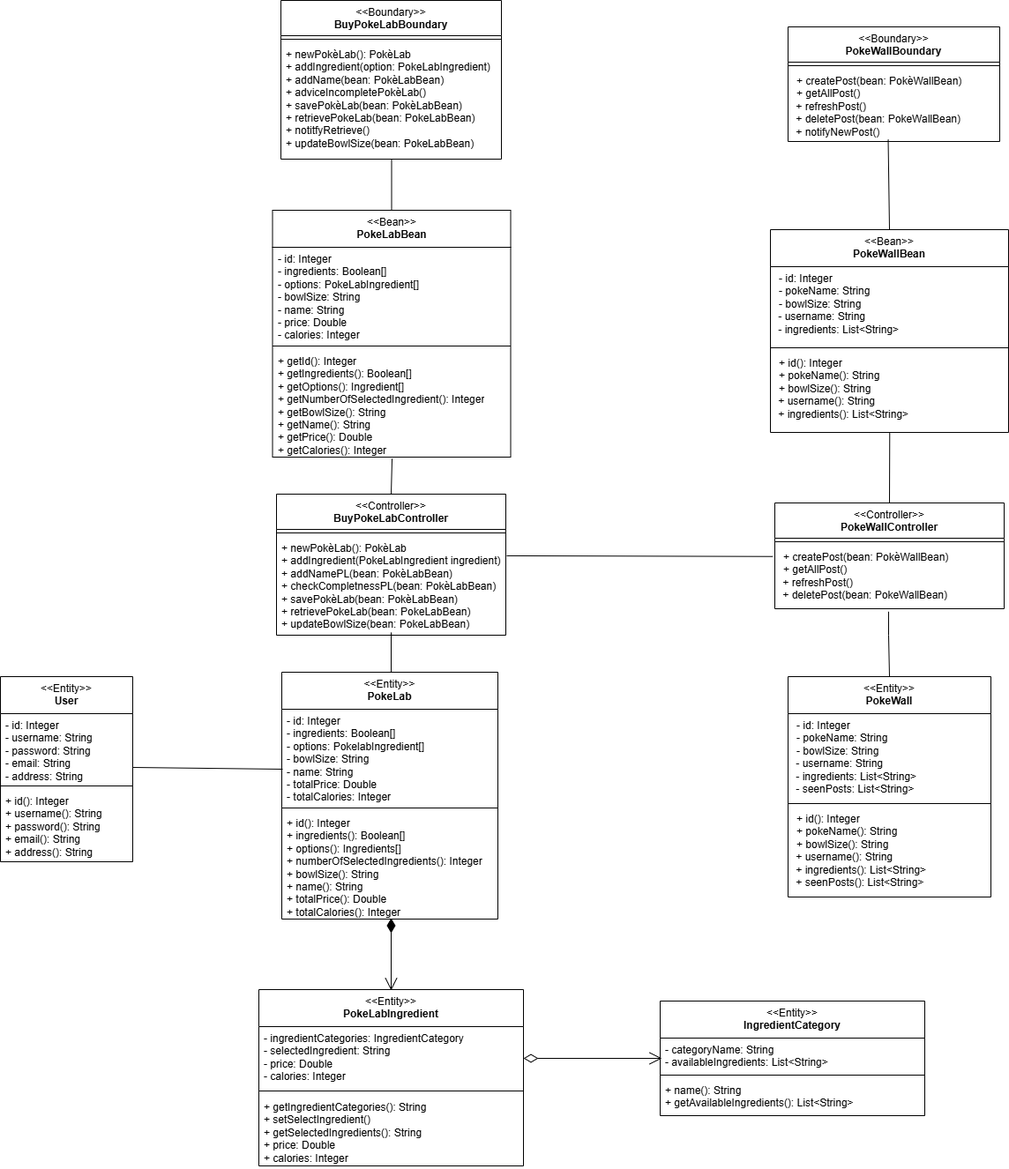
matteopinfildi/YourPoke-ISPWProject keeps this draw.io diagram as diagrams/BCE.drawio.png. Above is the earlier version. Source tidied: cells renumbered, new cells last; positions are measured from the earlier drawing's top-left corner, leaving out a move shared by most shapes.
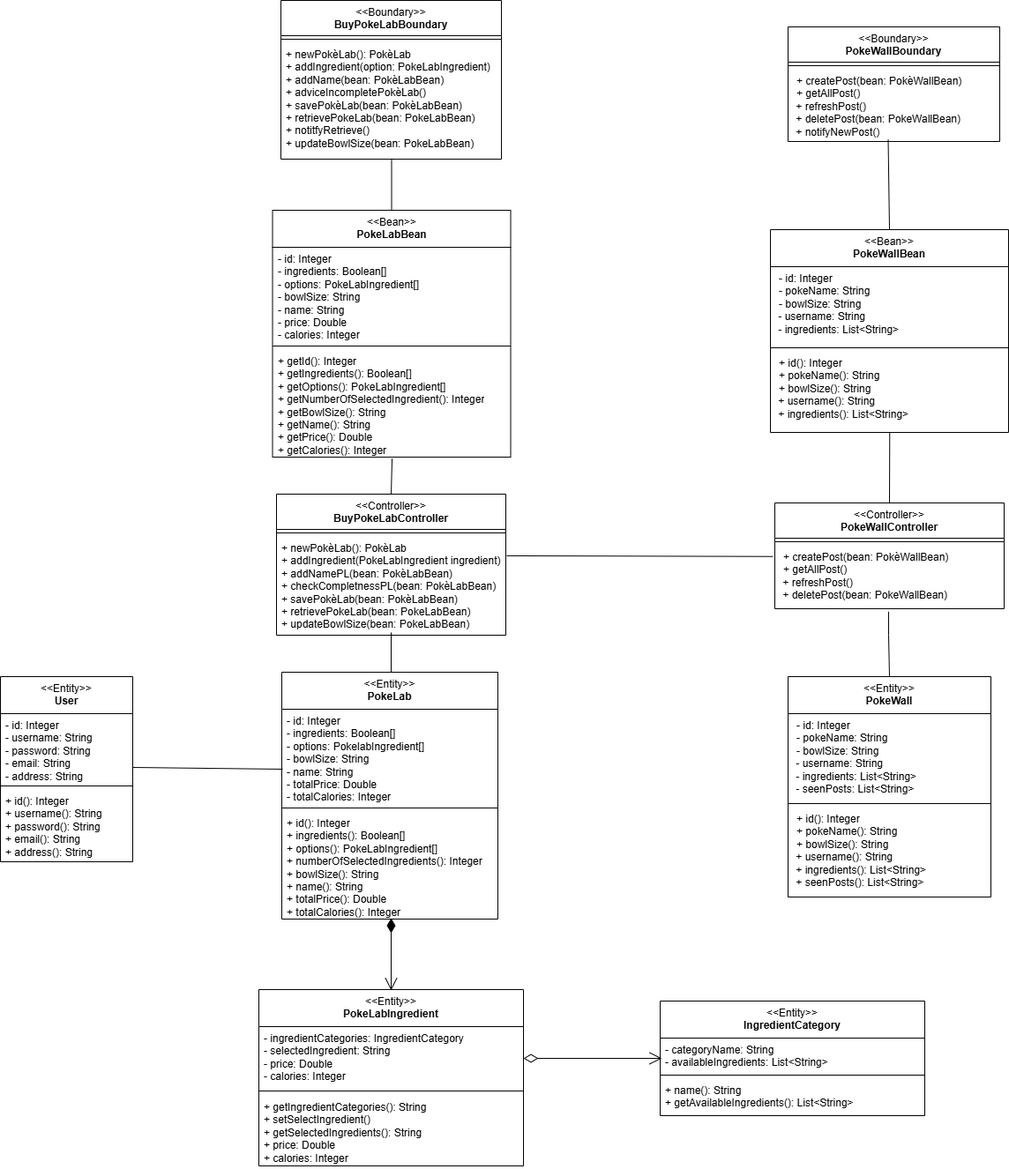
The same file after the commit.

Change to the diagram source:
```diff
@@ -59,7 +59,7 @@
     <mxCell id="18" style="line;strokeWidth=1;fillColor=none;align=left;verticalAlign=middle;spacingTop=-1;spacingLeft=3;spacingRight=3;labelPosition=right;strokeColor=inherit;" parent="16" vertex="1">
       <mxGeometry y="150" width="245" height="8" as="geometry" />
     </mxCell>
-    <mxCell id="19" value="&lt;div&gt;+ id(): Integer&lt;/div&gt;+ ingredients(): Boolean[]&lt;div&gt;&lt;div&gt;+ options(&lt;span style=&quot;background-color: initial;&quot;&gt;): Ingredients[]&lt;/span&gt;&lt;/div&gt;&lt;div&gt;+ numberOfSelectedIngredients(): Integer&lt;/div&gt;&lt;div&gt;+ bowlSize(): String&lt;/div&gt;&lt;div&gt;&lt;span style=&quot;background-color: initial; color: light-dark(rgb(0, 0, 0), rgb(255, 255, 255));&quot;&gt;+ name(): String&lt;/span&gt;&lt;/div&gt;&lt;/div&gt;&lt;div&gt;+ totalPrice(): Double&lt;/div&gt;&lt;div&gt;+ totalCalories(): Integer&lt;/div&gt;" style="text;strokeColor=none;fillColor=none;align=left;verticalAlign=top;spacingLeft=4;spacingRight=4;overflow=hidden;whiteSpace=wrap;html=1;" parent="16" vertex="1">
+    <mxCell id="19" value="&lt;div&gt;+ id(): Integer&lt;/div&gt;+ ingredients(): Boolean[]&lt;div&gt;&lt;div&gt;+ options(&lt;span style=&quot;background-color: initial;&quot;&gt;): PokeLabIngredient[]&lt;/span&gt;&lt;/div&gt;&lt;div&gt;+ numberOfSelectedIngredients(): Integer&lt;/div&gt;&lt;div&gt;+ bowlSize(): String&lt;/div&gt;&lt;div&gt;&lt;span style=&quot;background-color: initial; color: light-dark(rgb(0, 0, 0), rgb(255, 255, 255));&quot;&gt;+ name(): String&lt;/span&gt;&lt;/div&gt;&lt;/div&gt;&lt;div&gt;+ totalPrice(): Double&lt;/div&gt;&lt;div&gt;+ totalCalories(): Integer&lt;/div&gt;" style="text;strokeColor=none;fillColor=none;align=left;verticalAlign=top;spacingLeft=4;spacingRight=4;overflow=hidden;whiteSpace=wrap;html=1;" parent="16" vertex="1">
       <mxGeometry y="158" width="245" height="122" as="geometry" />
     </mxCell>
     <mxCell id="20" style="endArrow=open;html=1;endSize=12;startArrow=diamondThin;startSize=14;startFill=1;edgeStyle=orthogonalEdgeStyle;align=left;verticalAlign=bottom;rounded=0;" parent="1" edge="1">
@@ -107,7 +107,7 @@
     <mxCell id="32" style="line;strokeWidth=1;fillColor=none;align=left;verticalAlign=middle;spacingTop=-1;spacingLeft=3;spacingRight=3;labelPosition=right;strokeColor=inherit;" parent="30" vertex="1">
       <mxGeometry y="150" width="270" height="8" as="geometry" />
     </mxCell>
-    <mxCell id="33" value="&lt;div&gt;+ getId(): Integer&lt;/div&gt;+ getIngredients(): Boolean[]&lt;div&gt;+ getOptions(): Ingredient[]&lt;/div&gt;&lt;div&gt;+ getNumberOfSelectedIngredient(): Integer&lt;/div&gt;&lt;div&gt;+ getBowlSize(): String&lt;/div&gt;&lt;div&gt;+ getName(): String&lt;/div&gt;&lt;div&gt;+ getPrice(): Double&lt;/div&gt;&lt;div&gt;+ getCalories(): Integer&lt;/div&gt;" style="text;strokeColor=none;fillColor=none;align=left;verticalAlign=top;spacingLeft=4;spacingRight=4;overflow=hidden;points=[[0,0.5],[1,0.5]];portConstraint=eastwest;whiteSpace=wrap;html=1;" parent="30" vertex="1">
+    <mxCell id="33" value="&lt;div&gt;+ getId(): Integer&lt;/div&gt;+ getIngredients(): Boolean[]&lt;div&gt;+ getOptions(): PokeLabIngredient[]&lt;/div&gt;&lt;div&gt;+ getNumberOfSelectedIngredient(): Integer&lt;/div&gt;&lt;div&gt;+ getBowlSize(): String&lt;/div&gt;&lt;div&gt;+ getName(): String&lt;/div&gt;&lt;div&gt;+ getPrice(): Double&lt;/div&gt;&lt;div&gt;+ getCalories(): Integer&lt;/div&gt;" style="text;strokeColor=none;fillColor=none;align=left;verticalAlign=top;spacingLeft=4;spacingRight=4;overflow=hidden;points=[[0,0.5],[1,0.5]];portConstraint=eastwest;whiteSpace=wrap;html=1;" parent="30" vertex="1">
       <mxGeometry y="158" width="270" height="122" as="geometry" />
     </mxCell>
     <mxCell id="34" value="&lt;div&gt;&lt;span style=&quot;font-weight: 400;&quot;&gt;&amp;lt;&amp;lt;Entity&amp;gt;&amp;gt;&lt;/span&gt;&lt;br&gt;&lt;/div&gt;PokeLabIngredient" style="swimlane;fontStyle=1;align=center;verticalAlign=top;horizontal=1;startSize=42;whiteSpace=wrap;html=1;" parent="1" vertex="1">
```
